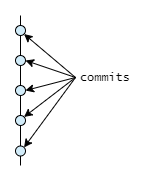
Above: img/branching_1_commits_forming_a_branch.png in summitllc/git_school (draw.io), before the change. Source tidied: cells renumbered, new cells last; positions are measured from the earlier drawing's top-left corner, leaving out a move shared by most shapes.
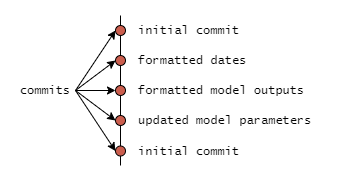
After the change.

Commit message:
updated branching diagrams

Change to the diagram source:
```diff
@@ -2,47 +2,59 @@
   <root>
     <mxCell id="0" />
     <mxCell id="1" parent="0" />
-    <mxCell id="2" style="group;" parent="1" vertex="1">
-      <mxGeometry width="101.2" height="150" as="geometry" />
+    <mxCell id="2" value="&lt;font face=&quot;Lucida Console&quot;&gt;commits&lt;/font&gt;" style="text;html=1;strokeColor=none;fillColor=none;align=center;verticalAlign=middle;whiteSpace=wrap;rounded=0;" parent="1" vertex="1">
+      <mxGeometry x="-100" y="65" width="60" height="20" as="geometry" />
     </mxCell>
-    <mxCell id="3" style="endArrow=none;html=1;" parent="2" edge="1">
-      <mxGeometry relative="1" as="geometry">
-        <mxPoint x="5" y="150" as="sourcePoint" />
-        <mxPoint x="5" as="targetPoint" />
-      </mxGeometry>
+    <mxCell id="3" style="endArrow=classic;html=1;exitX=1;exitY=0.5;exitDx=0;exitDy=0;entryX=0;entryY=0.5;entryDx=0;entryDy=0;" parent="1" edge="1" source="2" target="10">
+      <mxGeometry relative="1" as="geometry" />
     </mxCell>
-    <mxCell id="4" style="ellipse;whiteSpace=wrap;html=1;strokeColor=#000000;fillColor=#D2ECF9;" parent="2" vertex="1">
-      <mxGeometry y="70" width="10" height="10" as="geometry" />
+    <mxCell id="4" style="endArrow=classic;html=1;exitX=1;exitY=0.5;exitDx=0;exitDy=0;entryX=0;entryY=0.5;entryDx=0;entryDy=0;" parent="1" edge="1" source="2" target="13">
+      <mxGeometry relative="1" as="geometry" />
     </mxCell>
-    <mxCell id="5" style="ellipse;whiteSpace=wrap;html=1;strokeColor=#000000;fillColor=#D2ECF9;" parent="2" vertex="1">
-      <mxGeometry y="10" width="10" height="10" as="geometry" />
+    <mxCell id="5" style="endArrow=classic;html=1;exitX=1;exitY=0.5;exitDx=0;exitDy=0;entryX=0;entryY=0.5;entryDx=0;entryDy=0;" parent="1" edge="1" source="2" target="9">
+      <mxGeometry relative="1" as="geometry" />
     </mxCell>
-    <mxCell id="6" style="ellipse;whiteSpace=wrap;html=1;strokeColor=#000000;fillColor=#D2ECF9;" parent="2" vertex="1">
-      <mxGeometry y="100" width="10" height="10" as="geometry" />
+    <mxCell id="6" style="endArrow=classic;html=1;exitX=1;exitY=0.5;exitDx=0;exitDy=0;entryX=0;entryY=0.5;entryDx=0;entryDy=0;" parent="1" edge="1" source="2" target="11">
+      <mxGeometry relative="1" as="geometry" />
     </mxCell>
-    <mxCell id="7" style="ellipse;whiteSpace=wrap;html=1;strokeColor=#000000;fillColor=#D2ECF9;" parent="2" vertex="1">
-      <mxGeometry y="130.5" width="10" height="10" as="geometry" />
+    <mxCell id="7" style="endArrow=classic;html=1;exitX=1;exitY=0.5;exitDx=0;exitDy=0;entryX=0;entryY=0.5;entryDx=0;entryDy=0;" parent="1" edge="1" source="2" target="12">
+      <mxGeometry relative="1" as="geometry" />
     </mxCell>
-    <mxCell id="8" style="ellipse;whiteSpace=wrap;html=1;strokeColor=#000000;fillColor=#D2ECF9;" parent="2" vertex="1">
-      <mxGeometry y="40" width="10" height="10" as="geometry" />
+    <mxCell id="8" style="endArrow=none;html=1;" parent="1" edge="1">
+      <mxGeometry relative="1" as="geometry">
+        <mxPoint x="5" y="150" as="sourcePoint" />
+        <mxPoint x="5" as="targetPoint" />
+      </mxGeometry>
     </mxCell>
-    <mxCell id="9" value="&lt;font face=&quot;Lucida Console&quot;&gt;commits&lt;/font&gt;" style="text;html=1;strokeColor=none;fillColor=none;align=center;verticalAlign=middle;whiteSpace=wrap;rounded=0;" parent="1" vertex="1">
-      <mxGeometry x="60" y="52" width="60" height="20" as="geometry" />
+    <mxCell id="9" style="ellipse;whiteSpace=wrap;html=1;strokeColor=#000000;fillColor=#cb5e4e;" parent="1" vertex="1">
+      <mxGeometry y="70" width="10" height="10" as="geometry" />
     </mxCell>
-    <mxCell id="10" style="endArrow=classic;html=1;exitX=0;exitY=0.5;exitDx=0;exitDy=0;entryX=1;entryY=1;entryDx=0;entryDy=0;" parent="1" edge="1" source="9" target="5">
-      <mxGeometry relative="1" as="geometry" />
+    <mxCell id="10" style="ellipse;whiteSpace=wrap;html=1;strokeColor=#000000;fillColor=#cb5e4e;" parent="1" vertex="1">
+      <mxGeometry y="10" width="10" height="10" as="geometry" />
     </mxCell>
-    <mxCell id="11" style="endArrow=classic;html=1;exitX=0;exitY=0.5;exitDx=0;exitDy=0;entryX=1;entryY=0.5;entryDx=0;entryDy=0;" parent="1" edge="1" source="9" target="8">
-      <mxGeometry relative="1" as="geometry" />
+    <mxCell id="11" style="ellipse;whiteSpace=wrap;html=1;strokeColor=#000000;fillColor=#cb5e4e;" parent="1" vertex="1">
+      <mxGeometry y="100" width="10" height="10" as="geometry" />
     </mxCell>
-    <mxCell id="12" style="endArrow=classic;html=1;exitX=0;exitY=0.5;exitDx=0;exitDy=0;entryX=1;entryY=0.5;entryDx=0;entryDy=0;" parent="1" edge="1" source="9" target="4">
-      <mxGeometry relative="1" as="geometry" />
+    <mxCell id="12" style="ellipse;whiteSpace=wrap;html=1;strokeColor=#000000;fillColor=#cb5e4e;" parent="1" vertex="1">
+      <mxGeometry y="130.5" width="10" height="10" as="geometry" />
     </mxCell>
-    <mxCell id="13" style="endArrow=classic;html=1;entryX=1;entryY=0;entryDx=0;entryDy=0;exitX=0;exitY=0.5;exitDx=0;exitDy=0;" parent="1" edge="1" source="9" target="6">
-      <mxGeometry relative="1" as="geometry" />
+    <mxCell id="13" style="ellipse;whiteSpace=wrap;html=1;strokeColor=#000000;fillColor=#cb5e4e;" parent="1" vertex="1">
+      <mxGeometry y="40" width="10" height="10" as="geometry" />
     </mxCell>
-    <mxCell id="14" style="endArrow=classic;html=1;exitX=0;exitY=0.5;exitDx=0;exitDy=0;entryX=1;entryY=0;entryDx=0;entryDy=0;" parent="1" edge="1" source="9" target="7">
-      <mxGeometry relative="1" as="geometry" />
+    <mxCell id="14" value="&lt;font face=&quot;Lucida Console&quot;&gt;initial commit&lt;/font&gt;" style="text;html=1;strokeColor=none;fillColor=none;align=left;verticalAlign=middle;whiteSpace=wrap;rounded=0;" parent="1" vertex="1">
+      <mxGeometry x="20.6" y="125.5" width="119.4" height="20" as="geometry" />
     </mxCell>
+    <mxCell id="15" value="&lt;font face=&quot;Lucida Console&quot;&gt;updated model parameters&lt;/font&gt;" style="text;html=1;strokeColor=none;fillColor=none;align=left;verticalAlign=middle;whiteSpace=wrap;rounded=0;" parent="1" vertex="1">
+      <mxGeometry x="20.6" y="95" width="189.4" height="20" as="geometry" />
+    </mxCell>
+    <mxCell id="16" value="&lt;font face=&quot;Lucida Console&quot;&gt;initial commit&lt;/font&gt;" style="text;html=1;strokeColor=none;fillColor=none;align=left;verticalAlign=middle;whiteSpace=wrap;rounded=0;" parent="1" vertex="1">
+      <mxGeometry x="20.6" y="5" width="119.4" height="20" as="geometry" />
+    </mxCell>
+    <mxCell id="17" value="&lt;font face=&quot;Lucida Console&quot;&gt;formatted dates&lt;/font&gt;" style="text;html=1;strokeColor=none;fillColor=none;align=left;verticalAlign=middle;whiteSpace=wrap;rounded=0;" parent="1" vertex="1">
+      <mxGeometry x="20.6" y="35" width="119.4" height="20" as="geometry" />
+    </mxCell>
+    <mxCell id="18" value="&lt;font face=&quot;Lucida Console&quot;&gt;formatted model outputs&lt;/font&gt;" style="text;html=1;strokeColor=none;fillColor=none;align=left;verticalAlign=middle;whiteSpace=wrap;rounded=0;" parent="1" vertex="1">
+      <mxGeometry x="20.6" y="65" width="179.4" height="20" as="geometry" />
+    </mxCell>
   </root>
 </mxGraphModel>
```
